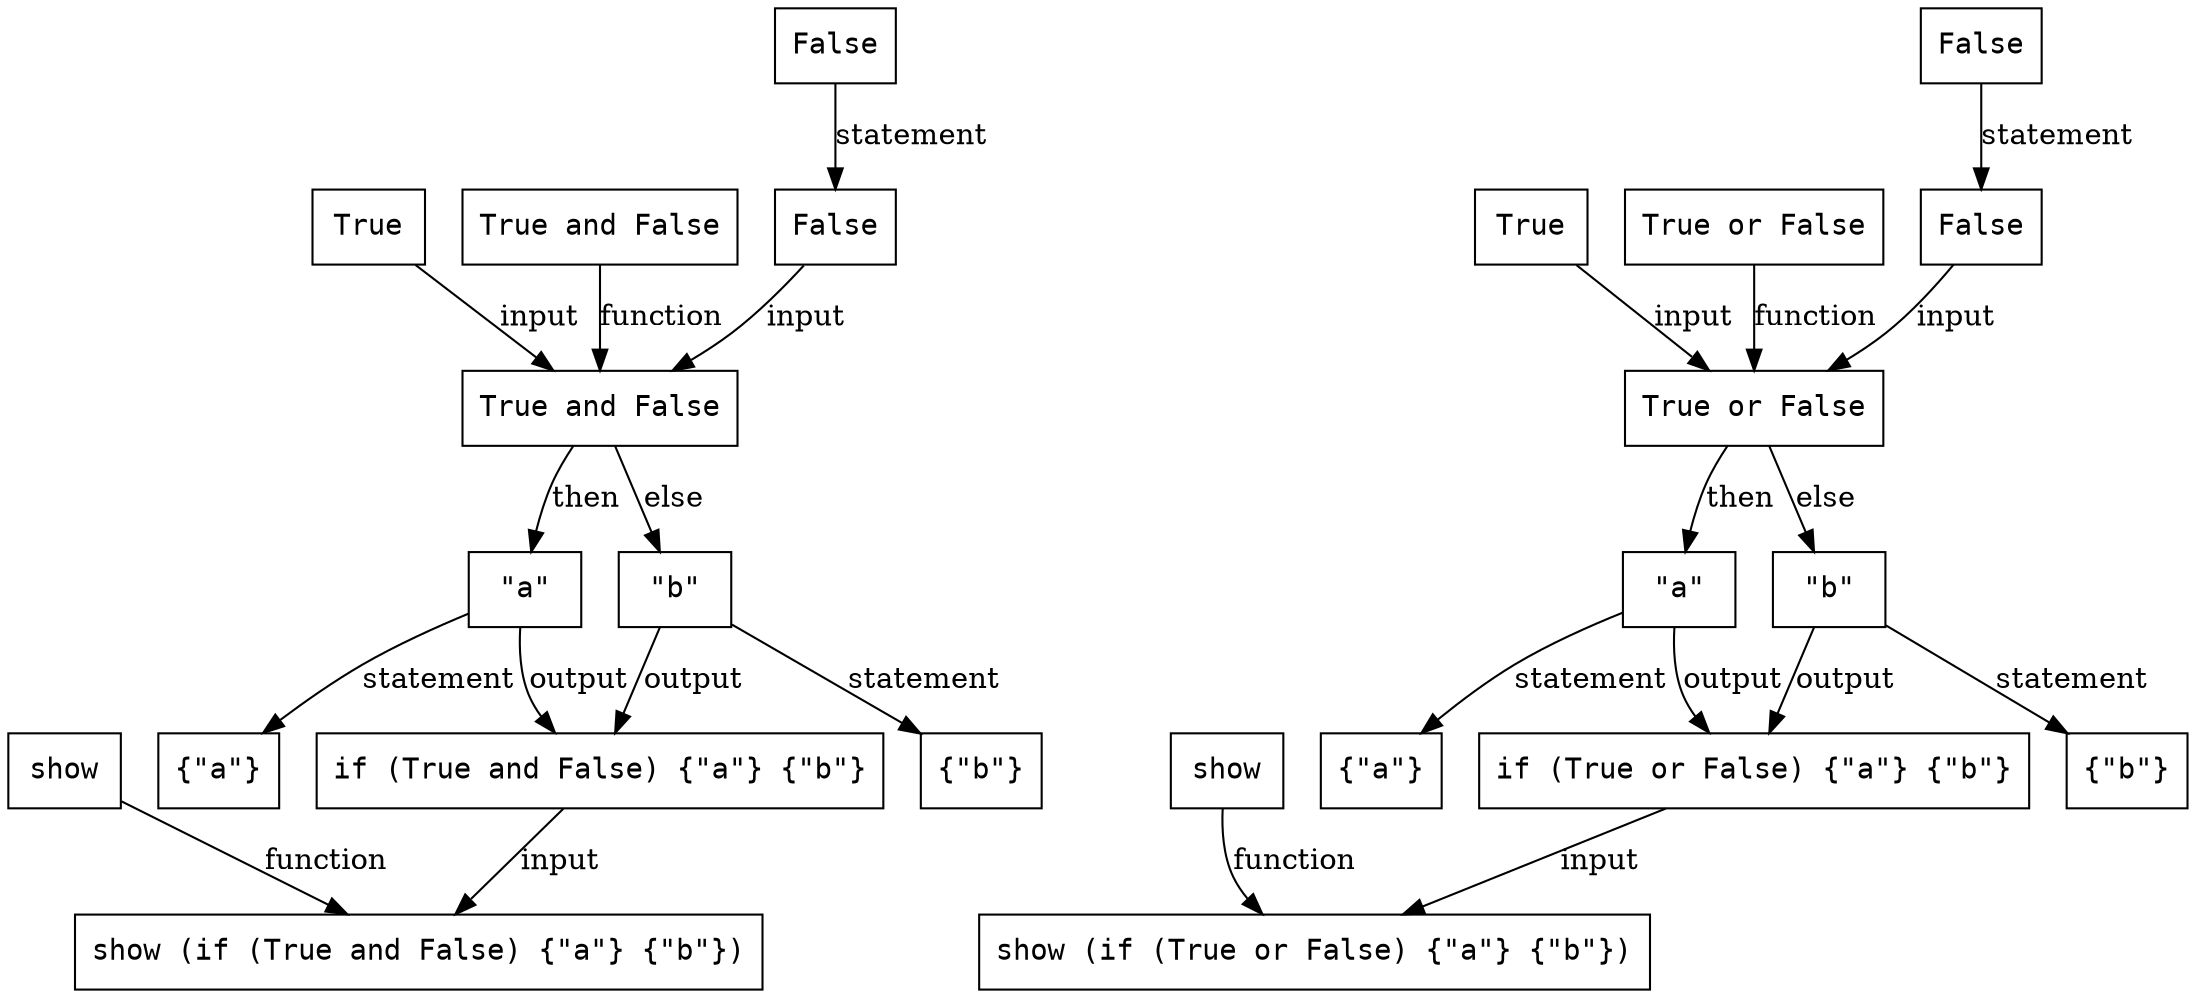
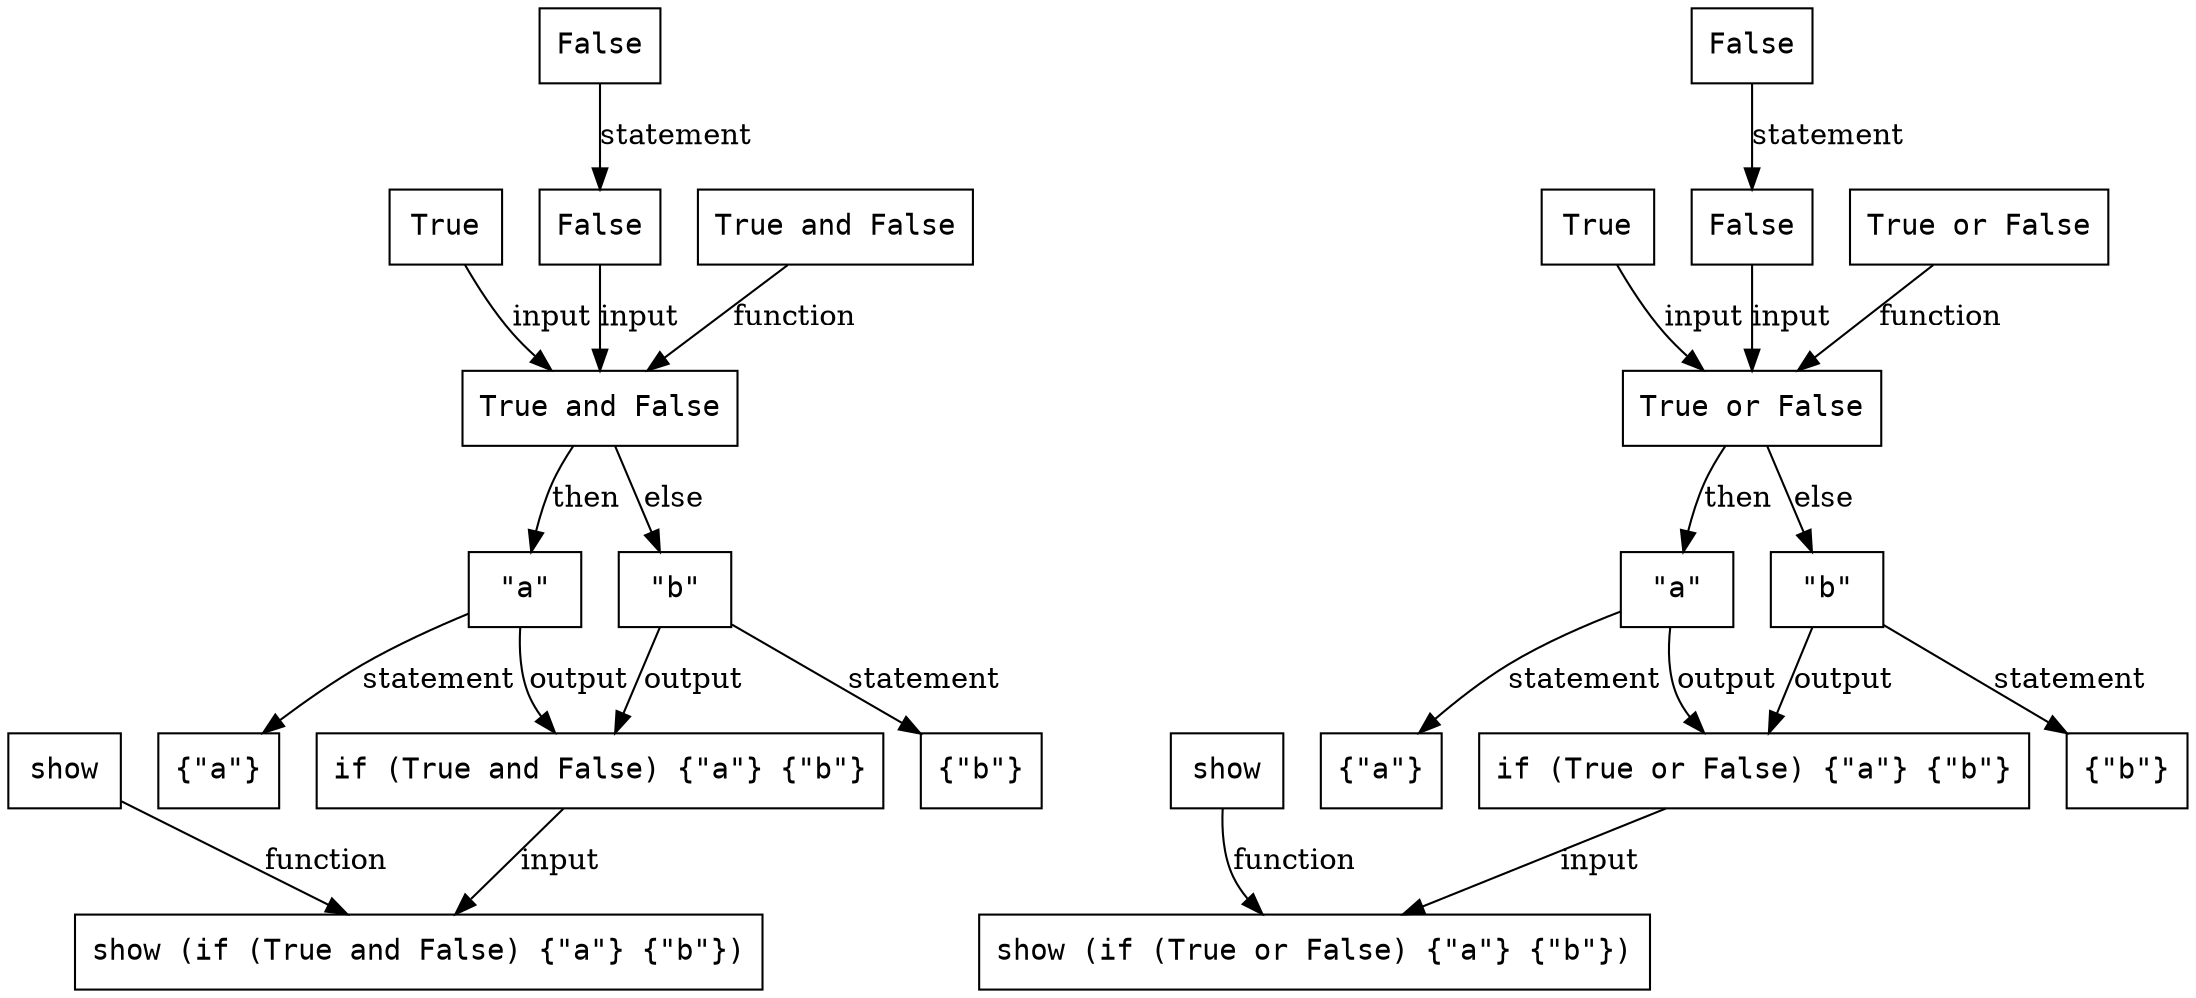
digraph G {
  node [shape=box, fontname=monospace]
  node_2_4 [label="show (if (True and False) {\"a\"} {\"b\"})"]
  node_2_5 [label="show"]
  node_2_6 [label="if (True and False) {\"a\"} {\"b\"}"]
  node_2_9 [label="True and False"]
  node_2_11 [label="True"]
  node_2_12 [label="False"]
-   node_2_13 [label="True and False"]
-   node_2_17 [label="False"]
+   node_2_13 [label="False"]
+   node_2_14 [label="True and False"]
  node_2_19 [label="{\"a\"}"]
  node_2_21 [label="\"a\""]
  node_2_23 [label="{\"b\"}"]
  node_2_25 [label="\"b\""]
  node_2_27 [label="show (if (True or False) {\"a\"} {\"b\"})"]
  node_2_28 [label="show"]
  node_2_29 [label="if (True or False) {\"a\"} {\"b\"}"]
  node_2_32 [label="True or False"]
  node_2_34 [label="True"]
  node_2_35 [label="False"]
-   node_2_36 [label="True or False"]
-   node_2_40 [label="False"]
+   node_2_36 [label="False"]
+   node_2_37 [label="True or False"]
  node_2_42 [label="{\"a\"}"]
  node_2_44 [label="\"a\""]
  node_2_46 [label="{\"b\"}"]
  node_2_48 [label="\"b\""]
  node_2_5 -> node_2_4 [label="function"]
  node_2_6 -> node_2_4 [label="input"]
  node_2_9 -> node_2_21 [label="then"]
  node_2_9 -> node_2_25 [label="else"]
  node_2_11 -> node_2_9 [label="input"]
-   node_2_12 -> node_2_17 [label="statement"]
-   node_2_13 -> node_2_9 [label="function"]
-   node_2_17 -> node_2_9 [label="input"]
+   node_2_12 -> node_2_13 [label="statement"]
+   node_2_13 -> node_2_9 [label="input"]
+   node_2_14 -> node_2_9 [label="function"]
  node_2_21 -> node_2_6 [label="output"]
  node_2_21 -> node_2_19 [label="statement"]
  node_2_25 -> node_2_6 [label="output"]
  node_2_25 -> node_2_23 [label="statement"]
  node_2_28 -> node_2_27 [label="function"]
  node_2_29 -> node_2_27 [label="input"]
  node_2_32 -> node_2_44 [label="then"]
  node_2_32 -> node_2_48 [label="else"]
  node_2_34 -> node_2_32 [label="input"]
-   node_2_35 -> node_2_40 [label="statement"]
-   node_2_36 -> node_2_32 [label="function"]
-   node_2_40 -> node_2_32 [label="input"]
+   node_2_35 -> node_2_36 [label="statement"]
+   node_2_36 -> node_2_32 [label="input"]
+   node_2_37 -> node_2_32 [label="function"]
  node_2_44 -> node_2_29 [label="output"]
  node_2_44 -> node_2_42 [label="statement"]
  node_2_48 -> node_2_29 [label="output"]
  node_2_48 -> node_2_46 [label="statement"]
}
